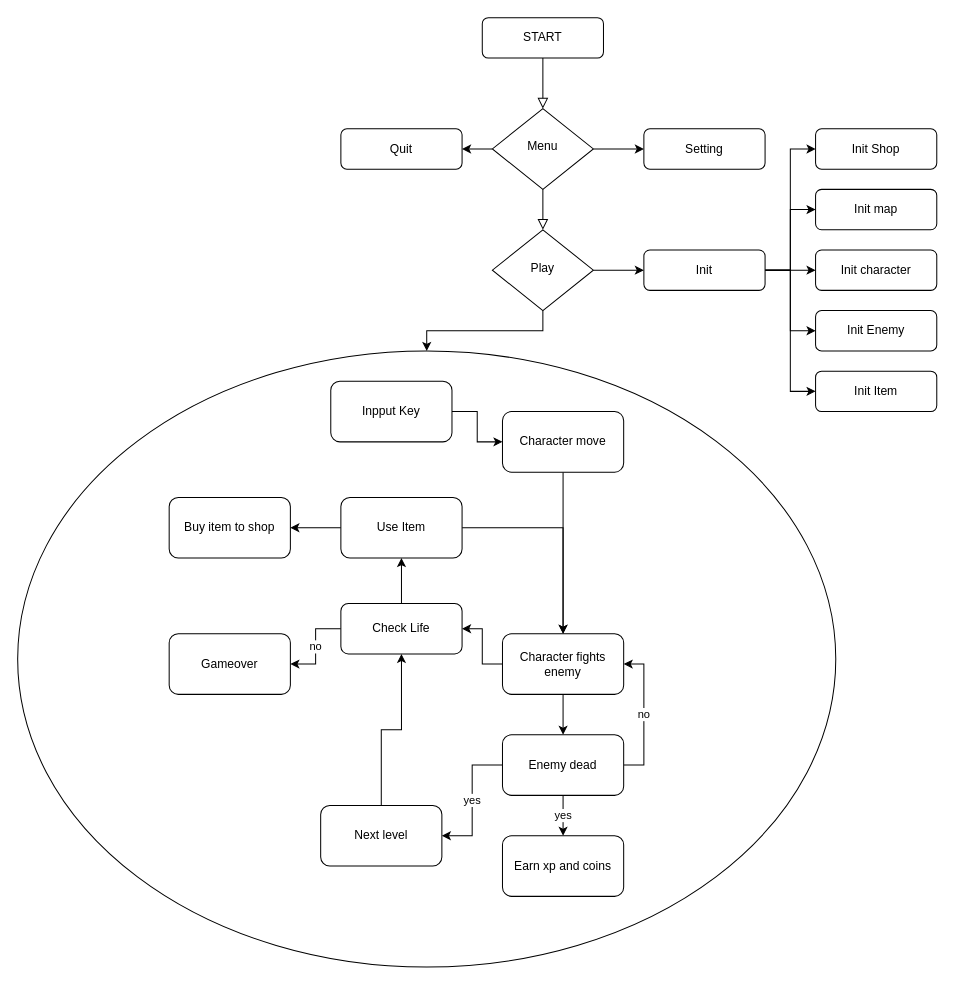
The draw.io diagram Diagramme sans nom.drawio in kcLandy/projet-red, before the edit. Source tidied: cells renumbered, new cells numbered last; positions are measured from the earlier drawing's top-left corner, leaving out a move shared by most shapes. Both pictures are drawn from the tidied source at 101%, with x=0, y=0 at pixel (17, 17).
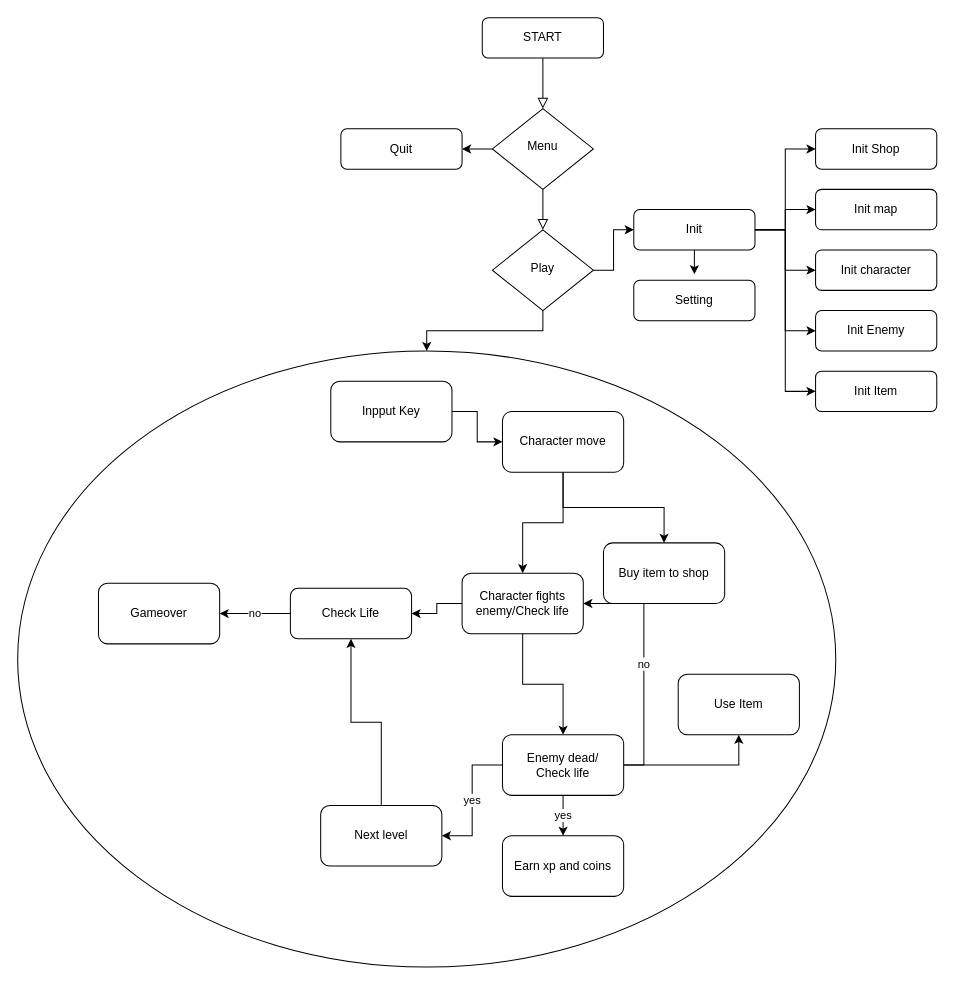
Above is the later version.

Commit message:
Mettre à jour Diagramme GAME

Unchanged cells that the change refers to:
```xml
<mxCell id="7" value="Menu" style="rhombus;whiteSpace=wrap;html=1;shadow=0;fontFamily=Helvetica;fontSize=12;align=center;strokeWidth=1;spacing=6;spacingTop=-4;" parent="1" vertex="1">
  <mxGeometry x="470" y="90" width="100" height="80" as="geometry" />
</mxCell>
<mxCell id="28" value="Character move" style="rounded=1;whiteSpace=wrap;html=1;" parent="1" vertex="1">
  <mxGeometry x="480" y="390" width="120" height="60" as="geometry" />
</mxCell>
```

Change to the diagram source:
```diff
@@
-    <mxCell id="5" style="edgeStyle=orthogonalEdgeStyle;rounded=0;jettySize=auto;html=1;exitX=1;exitY=0.5;exitDx=0;exitDy=0;entryX=0;entryY=0.5;entryDx=0;entryDy=0;" parent="1" edge="1" source="7" target="8">
-      <mxGeometry relative="1" as="geometry" />
-    </mxCell>
@@
     <mxCell id="8" value="Setting" style="rounded=1;whiteSpace=wrap;html=1;fontSize=12;glass=0;strokeWidth=1;shadow=0;" parent="1" vertex="1">
-      <mxGeometry x="620" y="110" width="120" height="40" as="geometry" />
+      <mxGeometry x="610" y="260" width="120" height="40" as="geometry" />
     </mxCell>
@@
+    <mxCell id="47" style="edgeStyle=orthogonalEdgeStyle;rounded=0;jettySize=auto;html=1;exitX=0.5;exitY=1;exitDx=0;exitDy=0;entryX=0.5;entryY=-0.15;entryDx=0;entryDy=0;entryPerimeter=0;" parent="1" edge="1" source="17" target="8">
+      <mxGeometry relative="1" as="geometry" />
+    </mxCell>
     <mxCell id="17" value="Init" style="rounded=1;whiteSpace=wrap;html=1;fontSize=12;glass=0;strokeWidth=1;shadow=0;" parent="1" vertex="1">
-      <mxGeometry x="620" y="230" width="120" height="40" as="geometry" />
+      <mxGeometry x="610" y="190" width="120" height="40" as="geometry" />
     </mxCell>
@@
+    <mxCell id="48" style="edgeStyle=orthogonalEdgeStyle;rounded=0;jettySize=auto;html=1;exitX=0.5;exitY=1;exitDx=0;exitDy=0;entryX=0.5;entryY=0;entryDx=0;entryDy=0;" parent="1" edge="1" source="28" target="46">
+      <mxGeometry relative="1" as="geometry" />
+    </mxCell>
@@
-    <mxCell id="31" value="Character fights enemy" style="rounded=1;whiteSpace=wrap;html=1;" parent="1" vertex="1">
-      <mxGeometry x="480" y="610" width="120" height="60" as="geometry" />
+    <mxCell id="31" value="Character fights enemy/Check life" style="rounded=1;whiteSpace=wrap;html=1;" parent="1" vertex="1">
+      <mxGeometry x="440" y="550" width="120" height="60" as="geometry" />
     </mxCell>
@@
+    <mxCell id="49" style="edgeStyle=orthogonalEdgeStyle;rounded=0;jettySize=auto;html=1;entryX=0.5;entryY=1;entryDx=0;entryDy=0;" parent="1" edge="1" source="35" target="45">
+      <mxGeometry relative="1" as="geometry" />
+    </mxCell>
-    <mxCell id="35" value="Enemy dead" style="rounded=1;whiteSpace=wrap;html=1;" parent="1" vertex="1">
+    <mxCell id="35" value="Enemy dead/&lt;br&gt;Check life" style="rounded=1;whiteSpace=wrap;html=1;" parent="1" vertex="1">
       <mxGeometry x="480" y="710" width="120" height="60" as="geometry" />
     </mxCell>
@@
-    <mxCell id="40" style="edgeStyle=orthogonalEdgeStyle;rounded=0;jettySize=auto;html=1;" parent="1" edge="1" source="41" target="45">
-      <mxGeometry relative="1" as="geometry" />
-    </mxCell>
     <mxCell id="41" value="Check Life" style="rounded=1;whiteSpace=wrap;html=1;" parent="1" vertex="1">
-      <mxGeometry x="320" y="580" width="120" height="50" as="geometry" />
+      <mxGeometry x="270" y="565" width="120" height="50" as="geometry" />
     </mxCell>
     <mxCell id="42" value="Gameover&lt;br&gt;" style="rounded=1;whiteSpace=wrap;html=1;" parent="1" vertex="1">
-      <mxGeometry x="150" y="610" width="120" height="60" as="geometry" />
+      <mxGeometry x="80" y="560" width="120" height="60" as="geometry" />
     </mxCell>
-    <mxCell id="43" style="edgeStyle=orthogonalEdgeStyle;rounded=0;jettySize=auto;html=1;entryX=0.5;entryY=0;entryDx=0;entryDy=0;" parent="1" edge="1" source="45" target="31">
-      <mxGeometry relative="1" as="geometry" />
-    </mxCell>
-    <mxCell id="44" style="edgeStyle=orthogonalEdgeStyle;rounded=0;jettySize=auto;html=1;" parent="1" edge="1" source="45" target="46">
-      <mxGeometry relative="1" as="geometry" />
-    </mxCell>
     <mxCell id="45" value="Use Item" style="rounded=1;whiteSpace=wrap;html=1;" parent="1" vertex="1">
-      <mxGeometry x="320" y="475" width="120" height="60" as="geometry" />
+      <mxGeometry x="654" y="650" width="120" height="60" as="geometry" />
     </mxCell>
     <mxCell id="46" value="Buy item to shop" style="rounded=1;whiteSpace=wrap;html=1;" parent="1" vertex="1">
-      <mxGeometry x="150" y="475" width="120" height="60" as="geometry" />
+      <mxGeometry x="580" y="520" width="120" height="60" as="geometry" />
     </mxCell>
```
